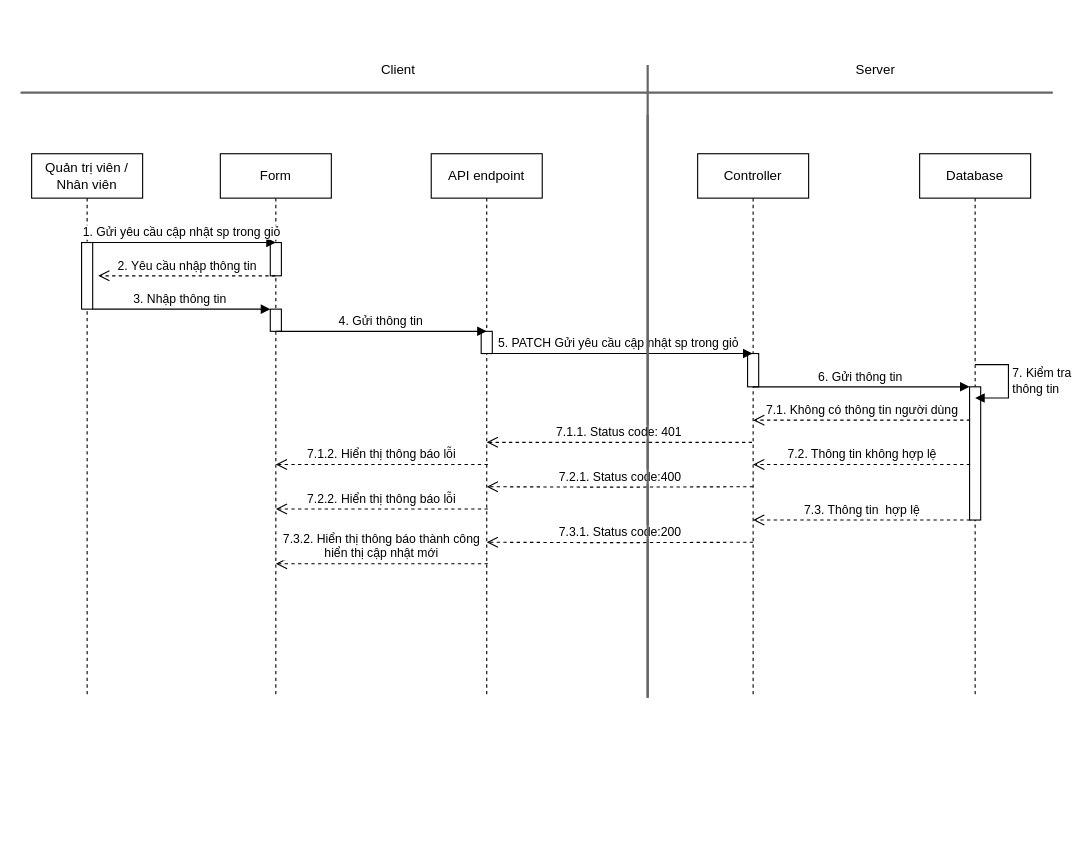
hieuNV0871/da keeps this draw.io diagram as page "Page-2" (2 of 4) of SD/SD_QUANLYGIOHANG.drawio. Above is the earlier version. Source tidied: cells renumbered, new cells numbered last; positions are measured from the earlier drawing's top-left corner, leaving out a move shared by most shapes. Both pictures are drawn from the tidied source at 111%, with x=0, y=0 at pixel (20, 53).
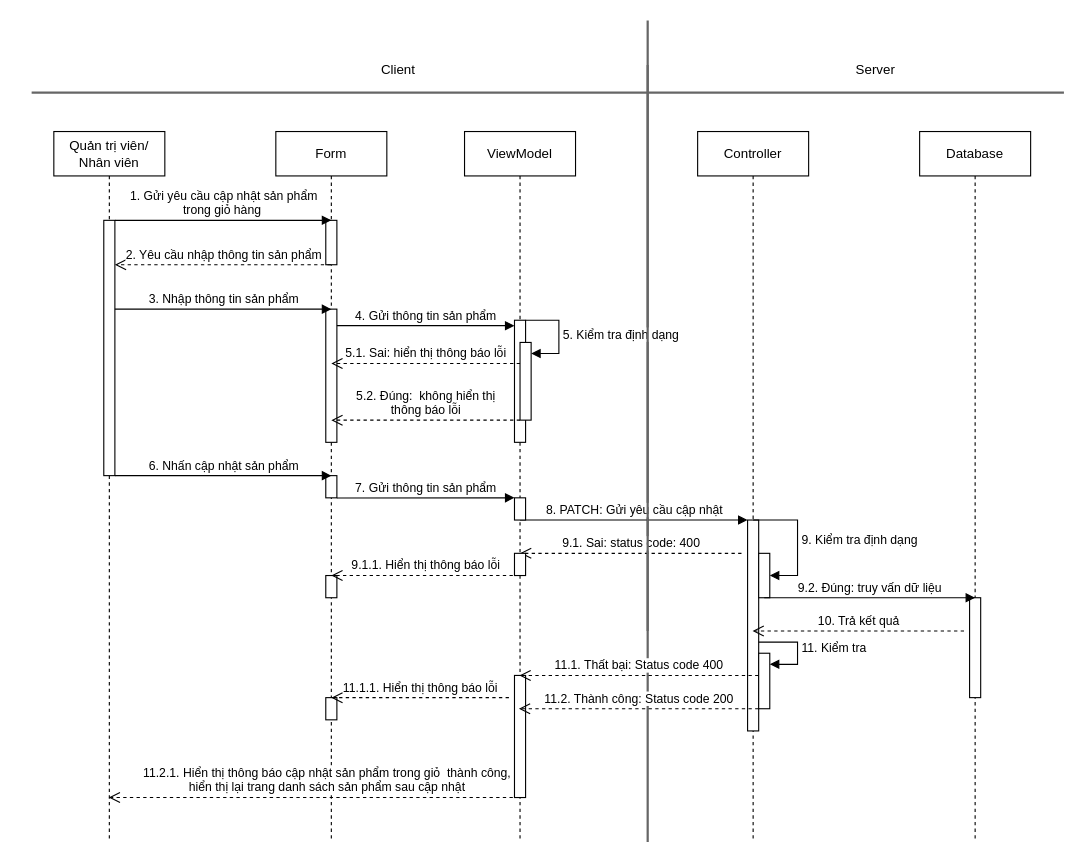
After the change.

Diff of the diagram source:
```diff
@@
-    <mxCell id="2" value="Quản trị viên / Nhân viên" style="shape=umlLifeline;perimeter=lifelinePerimeter;whiteSpace=wrap;html=1;newEdgeStyle={&quot;curved&quot;:0,&quot;rounded&quot;:0};" parent="1" vertex="1">
-      <mxGeometry x="10" y="90" width="100" height="490" as="geometry" />
-    </mxCell>
-    <mxCell id="3" style="html=1;points=[[0,0,0,0,5],[0,1,0,0,-5],[1,0,0,0,5],[1,1,0,0,-5]];perimeter=orthogonalPerimeter;outlineConnect=0;targetShapes=umlLifeline;portConstraint=eastwest;newEdgeStyle={&quot;curved&quot;:0,&quot;rounded&quot;:0};" parent="2" vertex="1">
-      <mxGeometry x="45" y="80" width="10" height="60" as="geometry" />
-    </mxCell>
+    <mxCell id="34" style="line;strokeWidth=2;direction=south;html=1;fillColor=#f5f5f5;fontColor=#333333;strokeColor=#666666;" parent="1" vertex="1">
+      <mxGeometry x="560" y="-30" width="10" height="550" as="geometry" />
+    </mxCell>
+    <mxCell id="35" value="Quản trị viên/ Nhân viên" style="shape=umlLifeline;perimeter=lifelinePerimeter;whiteSpace=wrap;html=1;outlineConnect=0;portConstraint=eastwest;newEdgeStyle={&quot;curved&quot;:0,&quot;rounded&quot;:0};" parent="1" vertex="1">
+      <mxGeometry x="30" y="70" width="100" height="640" as="geometry" />
+    </mxCell>
+    <mxCell id="36" style="html=1;points=[[0,0,0,0,5],[0,1,0,0,-5],[1,0,0,0,5],[1,1,0,0,-5]];perimeter=orthogonalPerimeter;outlineConnect=0;targetShapes=umlLifeline;portConstraint=eastwest;newEdgeStyle={&quot;curved&quot;:0,&quot;rounded&quot;:0};" parent="35" vertex="1">
+      <mxGeometry x="45" y="80" width="10" height="230" as="geometry" />
+    </mxCell>
     <mxCell id="4" value="Form" style="shape=umlLifeline;perimeter=lifelinePerimeter;whiteSpace=wrap;html=1;outlineConnect=0;portConstraint=eastwest;newEdgeStyle={&quot;curved&quot;:0,&quot;rounded&quot;:0};" parent="1" vertex="1">
-      <mxGeometry x="180" y="90" width="100" height="490" as="geometry" />
+      <mxGeometry x="230" y="70" width="100" height="640" as="geometry" />
     </mxCell>
-    <mxCell id="5" style="html=1;perimeter=orthogonalPerimeter;targetShapes=umlLifeline;newEdgeStyle={&quot;curved&quot;:0,&quot;rounded&quot;:0};" parent="4" vertex="1">
-      <mxGeometry x="45" y="80" width="10" height="30" as="geometry" />
-    </mxCell>
-    <mxCell id="6" style="html=1;points=[[0,0,0,0,5],[0,1,0,0,-5],[1,0,0,0,5],[1,1,0,0,-5]];perimeter=orthogonalPerimeter;outlineConnect=0;targetShapes=umlLifeline;portConstraint=eastwest;newEdgeStyle={&quot;curved&quot;:0,&quot;rounded&quot;:0};" parent="4" vertex="1">
-      <mxGeometry x="45" y="140" width="10" height="20" as="geometry" />
-    </mxCell>
+    <mxCell id="37" style="html=1;perimeter=orthogonalPerimeter;targetShapes=umlLifeline;newEdgeStyle={&quot;curved&quot;:0,&quot;rounded&quot;:0};" parent="4" vertex="1">
+      <mxGeometry x="45" y="80" width="10" height="40" as="geometry" />
+    </mxCell>
+    <mxCell id="38" style="html=1;points=[[0,0,0,0,5],[0,1,0,0,-5],[1,0,0,0,5],[1,1,0,0,-5]];perimeter=orthogonalPerimeter;outlineConnect=0;targetShapes=umlLifeline;portConstraint=eastwest;newEdgeStyle={&quot;curved&quot;:0,&quot;rounded&quot;:0};" parent="4" vertex="1">
+      <mxGeometry x="45" y="160" width="10" height="120" as="geometry" />
+    </mxCell>
+    <mxCell id="39" style="html=1;perimeter=orthogonalPerimeter;targetShapes=umlLifeline;newEdgeStyle={&quot;curved&quot;:0,&quot;rounded&quot;:0};" parent="4" vertex="1">
+      <mxGeometry x="45" y="310" width="10" height="20" as="geometry" />
+    </mxCell>
+    <mxCell id="40" style="html=1;perimeter=orthogonalPerimeter;targetShapes=umlLifeline;newEdgeStyle={&quot;curved&quot;:0,&quot;rounded&quot;:0};" parent="4" vertex="1">
+      <mxGeometry x="45" y="400" width="10" height="20" as="geometry" />
+    </mxCell>
+    <mxCell id="41" style="html=1;perimeter=orthogonalPerimeter;targetShapes=umlLifeline;newEdgeStyle={&quot;curved&quot;:0,&quot;rounded&quot;:0};" parent="4" vertex="1">
+      <mxGeometry x="45" y="510" width="10" height="20" as="geometry" />
+    </mxCell>
     <mxCell id="7" value="Controller" style="shape=umlLifeline;perimeter=lifelinePerimeter;whiteSpace=wrap;html=1;outlineConnect=0;portConstraint=eastwest;newEdgeStyle={&quot;curved&quot;:0,&quot;rounded&quot;:0};" parent="1" vertex="1">
-      <mxGeometry x="610" y="90" width="100" height="490" as="geometry" />
+      <mxGeometry x="610" y="70" width="100" height="640" as="geometry" />
     </mxCell>
-    <mxCell id="8" style="html=1;perimeter=orthogonalPerimeter;targetShapes=umlLifeline;newEdgeStyle={&quot;curved&quot;:0,&quot;rounded&quot;:0};" parent="7" vertex="1">
-      <mxGeometry x="45" y="180" width="10" height="30" as="geometry" />
-    </mxCell>
-    <mxCell id="9" value="2. Yêu cầu nhập thông tin" style="html=1;verticalAlign=bottom;endArrow=open;dashed=1;endSize=8;curved=0;rounded=0;" parent="1" edge="1">
-      <mxGeometry relative="1" as="geometry">
-        <mxPoint x="229.5" y="200" as="sourcePoint" />
-        <mxPoint x="70" y="200" as="targetPoint" />
-        <Array as="points">
-          <mxPoint x="130" y="200" />
-        </Array>
-      </mxGeometry>
-    </mxCell>
-    <mxCell id="10" value="3. Nhập thông tin&amp;nbsp;" style="html=1;verticalAlign=bottom;endArrow=block;curved=0;rounded=0;" parent="1" edge="1" source="3" target="6">
-      <mxGeometry relative="1" as="geometry" />
-    </mxCell>
-    <mxCell id="11" value="1. Gửi yêu cầu cập nhật sp trong giỏ" style="html=1;verticalAlign=bottom;endArrow=block;curved=0;rounded=0;" parent="1" edge="1">
-      <mxGeometry relative="1" as="geometry">
-        <mxPoint x="60" y="170" as="sourcePoint" />
-        <mxPoint x="230" y="170" as="targetPoint" />
-      </mxGeometry>
-    </mxCell>
-    <mxCell id="12" value="5. PATCH Gửi yêu cầu cập nhật sp trong giỏ&amp;nbsp;" style="html=1;verticalAlign=bottom;endArrow=block;curved=0;rounded=0;" parent="1" edge="1" target="7">
-      <mxGeometry relative="1" as="geometry">
-        <mxPoint x="420" y="270" as="sourcePoint" />
-      </mxGeometry>
-    </mxCell>
+    <mxCell id="42" style="html=1;points=[[0,0,0,0,5],[0,1,0,0,-5],[1,0,0,0,5],[1,1,0,0,-5]];perimeter=orthogonalPerimeter;outlineConnect=0;targetShapes=umlLifeline;portConstraint=eastwest;newEdgeStyle={&quot;curved&quot;:0,&quot;rounded&quot;:0};" parent="7" vertex="1">
+      <mxGeometry x="45" y="350" width="10" height="190" as="geometry" />
+    </mxCell>
+    <mxCell id="43" value="9. Kiểm tra định dạng" style="html=1;align=left;spacingLeft=2;endArrow=block;rounded=0;edgeStyle=orthogonalEdgeStyle;curved=0;rounded=0;exitX=0.5;exitY=0;exitDx=0;exitDy=0;exitPerimeter=0;" parent="7" edge="1" source="42" target="44">
+      <mxGeometry relative="1" as="geometry">
+        <Array as="points">
+          <mxPoint x="90" y="350" />
+          <mxPoint x="90" y="400" />
+        </Array>
+      </mxGeometry>
+    </mxCell>
+    <mxCell id="44" style="html=1;points=[[0,0,0,0,5],[0,1,0,0,-5],[1,0,0,0,5],[1,1,0,0,-5]];perimeter=orthogonalPerimeter;outlineConnect=0;targetShapes=umlLifeline;portConstraint=eastwest;newEdgeStyle={&quot;curved&quot;:0,&quot;rounded&quot;:0};" parent="7" vertex="1">
+      <mxGeometry x="55" y="380" width="10" height="40" as="geometry" />
+    </mxCell>
+    <mxCell id="45" style="html=1;points=[[0,0,0,0,5],[0,1,0,0,-5],[1,0,0,0,5],[1,1,0,0,-5]];perimeter=orthogonalPerimeter;outlineConnect=0;targetShapes=umlLifeline;portConstraint=eastwest;newEdgeStyle={&quot;curved&quot;:0,&quot;rounded&quot;:0};" parent="7" vertex="1">
+      <mxGeometry x="55" y="470" width="10" height="50" as="geometry" />
+    </mxCell>
+    <mxCell id="46" value="11. Kiểm tra" style="html=1;align=left;spacingLeft=2;endArrow=block;rounded=0;edgeStyle=orthogonalEdgeStyle;curved=0;rounded=0;" parent="7" edge="1" target="45">
+      <mxGeometry relative="1" as="geometry">
+        <mxPoint x="55" y="460" as="sourcePoint" />
+        <Array as="points">
+          <mxPoint x="90" y="460" />
+          <mxPoint x="90" y="480" />
+        </Array>
+      </mxGeometry>
+    </mxCell>
+    <mxCell id="47" value="2. Yêu cầu nhập thông tin sản phẩm" style="html=1;verticalAlign=bottom;endArrow=open;dashed=1;endSize=8;curved=0;rounded=0;" parent="1" edge="1" source="4" target="36">
+      <mxGeometry relative="1" as="geometry">
+        <Array as="points">
+          <mxPoint x="160" y="190" />
+        </Array>
+      </mxGeometry>
+    </mxCell>
+    <mxCell id="48" value="3. Nhập thông tin sản phẩm" style="html=1;verticalAlign=bottom;endArrow=block;curved=0;rounded=0;" parent="1" edge="1" source="36">
+      <mxGeometry relative="1" as="geometry">
+        <mxPoint x="280" y="230" as="targetPoint" />
+      </mxGeometry>
+    </mxCell>
+    <mxCell id="49" value="1. Gửi yêu cầu cập nhật sản phẩm&lt;br&gt;trong giỏ hàng&amp;nbsp;" style="html=1;verticalAlign=bottom;endArrow=block;curved=0;rounded=0;" parent="1" edge="1">
+      <mxGeometry relative="1" as="geometry">
+        <mxPoint x="85" y="150" as="sourcePoint" />
+        <mxPoint x="280" y="150" as="targetPoint" />
+      </mxGeometry>
+    </mxCell>
+    <mxCell id="50" value="8. PATCH: Gửi yêu cầu cập nhật" style="html=1;verticalAlign=bottom;endArrow=block;curved=0;rounded=0;" parent="1" edge="1">
+      <mxGeometry relative="1" as="geometry">
+        <mxPoint x="450" y="420" as="sourcePoint" />
+        <mxPoint x="655" y="420" as="targetPoint" />
+      </mxGeometry>
+    </mxCell>
+    <mxCell id="51" value="9.1. Sai: status code: 400" style="html=1;verticalAlign=bottom;endArrow=open;dashed=1;endSize=8;curved=0;rounded=0;" parent="1" edge="1">
+      <mxGeometry relative="1" as="geometry">
+        <mxPoint x="649.5" y="450" as="sourcePoint" />
+        <mxPoint x="450" y="450" as="targetPoint" />
+        <Array as="points">
+          <mxPoint x="525" y="450" />
+        </Array>
+      </mxGeometry>
+    </mxCell>
     <mxCell id="13" value="Database" style="shape=umlLifeline;perimeter=lifelinePerimeter;whiteSpace=wrap;html=1;newEdgeStyle={&quot;curved&quot;:0,&quot;rounded&quot;:0};" parent="1" vertex="1">
-      <mxGeometry x="810" y="90" width="100" height="490" as="geometry" />
+      <mxGeometry x="810" y="70" width="100" height="640" as="geometry" />
     </mxCell>
-    <mxCell id="14" style="html=1;points=[[0,0,0,0,5],[0,1,0,0,-5],[1,0,0,0,5],[1,1,0,0,-5]];perimeter=orthogonalPerimeter;outlineConnect=0;targetShapes=umlLifeline;portConstraint=eastwest;newEdgeStyle={&quot;curved&quot;:0,&quot;rounded&quot;:0};" parent="13" vertex="1">
-      <mxGeometry x="45" y="210" width="10" height="120" as="geometry" />
-    </mxCell>
-    <mxCell id="15" style="line;strokeWidth=2;html=1;fillColor=#f5f5f5;fontColor=#333333;strokeColor=#666666;" parent="1" vertex="1">
-      <mxGeometry y="30" width="930" height="10" as="geometry" />
-    </mxCell>
+    <mxCell id="52" style="html=1;perimeter=orthogonalPerimeter;targetShapes=umlLifeline;newEdgeStyle={&quot;curved&quot;:0,&quot;rounded&quot;:0};" parent="13" vertex="1">
+      <mxGeometry x="45" y="420" width="10" height="90" as="geometry" />
+    </mxCell>
+    <mxCell id="53" style="line;strokeWidth=2;html=1;fillColor=#f5f5f5;fontColor=#333333;strokeColor=#666666;" parent="1" vertex="1">
+      <mxGeometry x="10" y="30" width="930" height="10" as="geometry" />
+    </mxCell>
@@
-    <mxCell id="18" style="line;strokeWidth=2;direction=south;html=1;fillColor=#f5f5f5;fontColor=#333333;strokeColor=#666666;" parent="1" vertex="1">
-      <mxGeometry x="560" y="10" width="10" height="570" as="geometry" />
-    </mxCell>
-    <mxCell id="19" value="API endpoint" style="shape=umlLifeline;perimeter=lifelinePerimeter;whiteSpace=wrap;html=1;newEdgeStyle={&quot;curved&quot;:0,&quot;rounded&quot;:0};" parent="1" vertex="1">
-      <mxGeometry x="370" y="90" width="100" height="490" as="geometry" />
-    </mxCell>
-    <mxCell id="20" style="html=1;perimeter=orthogonalPerimeter;targetShapes=umlLifeline;newEdgeStyle={&quot;curved&quot;:0,&quot;rounded&quot;:0};" parent="19" vertex="1">
-      <mxGeometry x="45" y="160" width="10" height="20" as="geometry" />
-    </mxCell>
-    <mxCell id="21" value="4. Gửi thông tin&amp;nbsp;" style="html=1;verticalAlign=bottom;endArrow=block;curved=0;rounded=0;" parent="1" edge="1">
-      <mxGeometry relative="1" as="geometry">
-        <mxPoint x="230.5" y="250" as="sourcePoint" />
-        <mxPoint x="420" y="250" as="targetPoint" />
-      </mxGeometry>
-    </mxCell>
-    <mxCell id="22" value="7. Kiểm tra&lt;br&gt;thông tin" style="html=1;align=left;spacingLeft=2;endArrow=block;rounded=0;edgeStyle=orthogonalEdgeStyle;curved=0;rounded=0;" parent="1" edge="1">
-      <mxGeometry relative="1" as="geometry">
-        <mxPoint x="860" y="280" as="sourcePoint" />
-        <mxPoint x="860" y="310" as="targetPoint" />
-        <Array as="points">
-          <mxPoint x="890" y="310" />
-        </Array>
-      </mxGeometry>
-    </mxCell>
-    <mxCell id="23" value="6. Gửi thông tin&amp;nbsp;" style="html=1;verticalAlign=bottom;endArrow=block;curved=0;rounded=0;" parent="1" edge="1" target="14">
-      <mxGeometry relative="1" as="geometry">
-        <mxPoint x="660" y="300" as="sourcePoint" />
-      </mxGeometry>
-    </mxCell>
-    <mxCell id="24" value="7.1. Không có thông tin người dùng" style="html=1;verticalAlign=bottom;endArrow=open;dashed=1;endSize=8;curved=0;rounded=0;" parent="1" edge="1">
-      <mxGeometry relative="1" as="geometry">
-        <mxPoint x="855.5" y="330" as="sourcePoint" />
-        <mxPoint x="660" y="330" as="targetPoint" />
-        <Array as="points">
-          <mxPoint x="695.5" y="330" />
-        </Array>
-      </mxGeometry>
-    </mxCell>
-    <mxCell id="25" value="7.2. Thông tin không hợp lệ" style="html=1;verticalAlign=bottom;endArrow=open;dashed=1;endSize=8;curved=0;rounded=0;" parent="1" edge="1">
-      <mxGeometry relative="1" as="geometry">
-        <mxPoint x="855.5" y="370" as="sourcePoint" />
-        <mxPoint x="660" y="370" as="targetPoint" />
-      </mxGeometry>
-    </mxCell>
-    <mxCell id="26" value="7.1.1. Status code: 401" style="html=1;verticalAlign=bottom;endArrow=open;dashed=1;endSize=8;curved=0;rounded=0;" parent="1" edge="1">
-      <mxGeometry relative="1" as="geometry">
-        <mxPoint x="659" y="350" as="sourcePoint" />
-        <mxPoint x="420" y="350" as="targetPoint" />
-        <Array as="points">
-          <mxPoint x="520.5" y="350" />
-        </Array>
-      </mxGeometry>
-    </mxCell>
-    <mxCell id="27" value="7.2.1. Status code:400" style="html=1;verticalAlign=bottom;endArrow=open;dashed=1;endSize=8;curved=0;rounded=0;" parent="1" edge="1">
-      <mxGeometry relative="1" as="geometry">
-        <mxPoint x="660" y="390" as="sourcePoint" />
-        <mxPoint x="420" y="390" as="targetPoint" />
-        <Array as="points">
-          <mxPoint x="530.5" y="390.4" />
-        </Array>
-      </mxGeometry>
-    </mxCell>
-    <mxCell id="28" value="7.1.2. Hiển thị thông báo lỗi" style="html=1;verticalAlign=bottom;endArrow=open;dashed=1;endSize=8;curved=0;rounded=0;" parent="1" edge="1">
-      <mxGeometry relative="1" as="geometry">
-        <mxPoint x="421" y="370" as="sourcePoint" />
-        <mxPoint x="230" y="370" as="targetPoint" />
-      </mxGeometry>
-    </mxCell>
-    <mxCell id="29" value="7.3. Thông tin&amp;nbsp; hợp lệ" style="html=1;verticalAlign=bottom;endArrow=open;dashed=1;endSize=8;curved=0;rounded=0;" parent="1" edge="1">
-      <mxGeometry relative="1" as="geometry">
-        <mxPoint x="855.5" y="420" as="sourcePoint" />
-        <mxPoint x="660" y="420" as="targetPoint" />
-      </mxGeometry>
-    </mxCell>
-    <mxCell id="30" value="7.3.1. Status code:200" style="html=1;verticalAlign=bottom;endArrow=open;dashed=1;endSize=8;curved=0;rounded=0;" parent="1" edge="1">
-      <mxGeometry relative="1" as="geometry">
-        <mxPoint x="660" y="440" as="sourcePoint" />
-        <mxPoint x="420" y="440" as="targetPoint" />
-        <Array as="points">
-          <mxPoint x="530.5" y="440.4" />
-        </Array>
-      </mxGeometry>
-    </mxCell>
-    <mxCell id="31" style="line;strokeWidth=2;direction=south;html=1;fillColor=#f5f5f5;fontColor=#333333;strokeColor=#666666;" parent="1" vertex="1">
-      <mxGeometry x="560" y="55" width="10" height="525" as="geometry" />
-    </mxCell>
-    <mxCell id="32" value="7.2.2. Hiển thị thông báo lỗi" style="html=1;verticalAlign=bottom;endArrow=open;dashed=1;endSize=8;curved=0;rounded=0;" parent="1" edge="1">
-      <mxGeometry relative="1" as="geometry">
-        <mxPoint x="421" y="410" as="sourcePoint" />
-        <mxPoint x="230" y="410" as="targetPoint" />
-      </mxGeometry>
-    </mxCell>
-    <mxCell id="33" value="7.3.2. Hiển thị thông báo thành công&lt;br&gt;hiển thị cập nhật mới" style="html=1;verticalAlign=bottom;endArrow=open;dashed=1;endSize=8;curved=0;rounded=0;" parent="1" edge="1">
-      <mxGeometry relative="1" as="geometry">
-        <mxPoint x="421" y="459.4" as="sourcePoint" />
-        <mxPoint x="230" y="459.4" as="targetPoint" />
-      </mxGeometry>
-    </mxCell>
+    <mxCell id="54" value="ViewModel" style="shape=umlLifeline;perimeter=lifelinePerimeter;whiteSpace=wrap;html=1;outlineConnect=0;portConstraint=eastwest;newEdgeStyle={&quot;curved&quot;:0,&quot;rounded&quot;:0};" parent="1" vertex="1">
+      <mxGeometry x="400" y="70" width="100" height="640" as="geometry" />
+    </mxCell>
+    <mxCell id="55" style="html=1;perimeter=orthogonalPerimeter;targetShapes=umlLifeline;newEdgeStyle={&quot;curved&quot;:0,&quot;rounded&quot;:0};" parent="54" vertex="1">
+      <mxGeometry x="45" y="170" width="10" height="110" as="geometry" />
+    </mxCell>
+    <mxCell id="56" value="5. Kiểm tra định dạng" style="html=1;align=left;spacingLeft=2;endArrow=block;rounded=0;edgeStyle=orthogonalEdgeStyle;curved=0;rounded=0;" parent="54" edge="1" target="57">
+      <mxGeometry relative="1" as="geometry">
+        <mxPoint x="55" y="170" as="sourcePoint" />
+        <Array as="points">
+          <mxPoint x="85" y="200" />
+        </Array>
+      </mxGeometry>
+    </mxCell>
+    <mxCell id="57" style="html=1;points=[[0,0,0,0,5],[0,1,0,0,-5],[1,0,0,0,5],[1,1,0,0,-5]];perimeter=orthogonalPerimeter;outlineConnect=0;targetShapes=umlLifeline;portConstraint=eastwest;newEdgeStyle={&quot;curved&quot;:0,&quot;rounded&quot;:0};" parent="54" vertex="1">
+      <mxGeometry x="50" y="190" width="10" height="70" as="geometry" />
+    </mxCell>
+    <mxCell id="58" style="html=1;perimeter=orthogonalPerimeter;targetShapes=umlLifeline;newEdgeStyle={&quot;curved&quot;:0,&quot;rounded&quot;:0};" parent="54" vertex="1">
+      <mxGeometry x="45" y="330" width="10" height="20" as="geometry" />
+    </mxCell>
+    <mxCell id="59" style="html=1;perimeter=orthogonalPerimeter;targetShapes=umlLifeline;newEdgeStyle={&quot;curved&quot;:0,&quot;rounded&quot;:0};" parent="54" vertex="1">
+      <mxGeometry x="45" y="380" width="10" height="20" as="geometry" />
+    </mxCell>
+    <mxCell id="60" style="html=1;perimeter=orthogonalPerimeter;targetShapes=umlLifeline;newEdgeStyle={&quot;curved&quot;:0,&quot;rounded&quot;:0};" parent="54" vertex="1">
+      <mxGeometry x="45" y="490" width="10" height="110" as="geometry" />
+    </mxCell>
+    <mxCell id="61" value="4. Gửi thông tin sản phẩm" style="html=1;verticalAlign=bottom;endArrow=block;curved=0;rounded=0;" parent="1" edge="1" source="38">
+      <mxGeometry relative="1" as="geometry">
+        <mxPoint x="445" y="244.9" as="targetPoint" />
+      </mxGeometry>
+    </mxCell>
+    <mxCell id="62" style="line;strokeWidth=2;direction=south;html=1;fillColor=#f5f5f5;fontColor=#333333;strokeColor=#666666;" parent="1" vertex="1">
+      <mxGeometry x="560" y="10" width="10" height="700" as="geometry" />
+    </mxCell>
+    <mxCell id="63" value="11.2.1. Hiển thị thông báo cập nhật sản phẩm trong giỏ&amp;nbsp; thành công,&lt;br&gt;hiển thị lại trang danh sách sản phẩm sau cập nhật" style="html=1;verticalAlign=bottom;endArrow=open;dashed=1;endSize=8;curved=0;rounded=0;" parent="1" edge="1" source="54" target="35">
+      <mxGeometry x="-0.06" relative="1" as="geometry">
+        <Array as="points">
+          <mxPoint x="307.5" y="670" />
+        </Array>
+      </mxGeometry>
+    </mxCell>
+    <mxCell id="64" value="5.1. Sai: hiển thị thông báo lỗi" style="html=1;verticalAlign=bottom;endArrow=open;dashed=1;endSize=8;curved=0;rounded=0;" parent="1" edge="1" source="57">
+      <mxGeometry relative="1" as="geometry">
+        <mxPoint x="280" y="279" as="targetPoint" />
+      </mxGeometry>
+    </mxCell>
+    <mxCell id="65" value="5.2. Đúng:&amp;nbsp; không hiển thị &lt;br&gt;thông báo lỗi" style="html=1;verticalAlign=bottom;endArrow=open;dashed=1;endSize=8;curved=0;rounded=0;" parent="1" edge="1">
+      <mxGeometry relative="1" as="geometry">
+        <mxPoint x="450" y="330" as="sourcePoint" />
+        <mxPoint x="280" y="330" as="targetPoint" />
+      </mxGeometry>
+    </mxCell>
+    <mxCell id="66" value="6. Nhấn cập nhật sản phẩm" style="html=1;verticalAlign=bottom;endArrow=block;curved=0;rounded=0;" parent="1" edge="1">
+      <mxGeometry relative="1" as="geometry">
+        <mxPoint x="85" y="380" as="sourcePoint" />
+        <mxPoint x="280" y="380" as="targetPoint" />
+      </mxGeometry>
+    </mxCell>
+    <mxCell id="67" value="7. Gửi thông tin sản phẩm" style="html=1;verticalAlign=bottom;endArrow=block;curved=0;rounded=0;" parent="1" edge="1">
+      <mxGeometry relative="1" as="geometry">
+        <mxPoint x="285" y="400.1" as="sourcePoint" />
+        <mxPoint x="445" y="400" as="targetPoint" />
+      </mxGeometry>
+    </mxCell>
+    <mxCell id="68" value="9.1.1. Hiển thị thông báo lỗi" style="html=1;verticalAlign=bottom;endArrow=open;dashed=1;endSize=8;curved=0;rounded=0;" parent="1" edge="1">
+      <mxGeometry relative="1" as="geometry">
+        <mxPoint x="449.5" y="470" as="sourcePoint" />
+        <mxPoint x="280" y="470" as="targetPoint" />
+        <Array as="points">
+          <mxPoint x="325" y="470" />
+        </Array>
+      </mxGeometry>
+    </mxCell>
+    <mxCell id="69" value="9.2. Đúng: truy vấn dữ liệu" style="html=1;verticalAlign=bottom;endArrow=block;curved=0;rounded=0;" parent="1" edge="1">
+      <mxGeometry relative="1" as="geometry">
+        <mxPoint x="670" y="490" as="sourcePoint" />
+        <mxPoint x="860" y="490" as="targetPoint" />
+      </mxGeometry>
+    </mxCell>
+    <mxCell id="70" value="10. Trả kết quả" style="html=1;verticalAlign=bottom;endArrow=open;dashed=1;endSize=8;curved=0;rounded=0;" parent="1" edge="1" target="7">
+      <mxGeometry relative="1" as="geometry">
+        <mxPoint x="850" y="520" as="sourcePoint" />
+      </mxGeometry>
+    </mxCell>
+    <mxCell id="71" value="11.1. Thất bại: Status code 400" style="html=1;verticalAlign=bottom;endArrow=open;dashed=1;endSize=8;curved=0;rounded=0;" parent="1" edge="1" target="54">
+      <mxGeometry relative="1" as="geometry">
+        <mxPoint x="664.8" y="560" as="sourcePoint" />
+      </mxGeometry>
+    </mxCell>
+    <mxCell id="72" value="11.2. Thành công: Status code 200" style="html=1;verticalAlign=bottom;endArrow=open;dashed=1;endSize=8;curved=0;rounded=0;" parent="1" edge="1">
+      <mxGeometry relative="1" as="geometry">
+        <mxPoint x="664.8" y="590" as="sourcePoint" />
+        <mxPoint x="449" y="590" as="targetPoint" />
+      </mxGeometry>
+    </mxCell>
+    <mxCell id="73" value="11.1.1. Hiển thị thông báo lỗi" style="html=1;verticalAlign=bottom;endArrow=open;dashed=1;endSize=8;curved=0;rounded=0;" parent="1" edge="1">
+      <mxGeometry relative="1" as="geometry">
+        <mxPoint x="440" y="580" as="sourcePoint" />
+        <mxPoint x="280" y="580" as="targetPoint" />
+        <Array as="points">
+          <mxPoint x="315" y="580" />
+        </Array>
+      </mxGeometry>
+    </mxCell>
```
